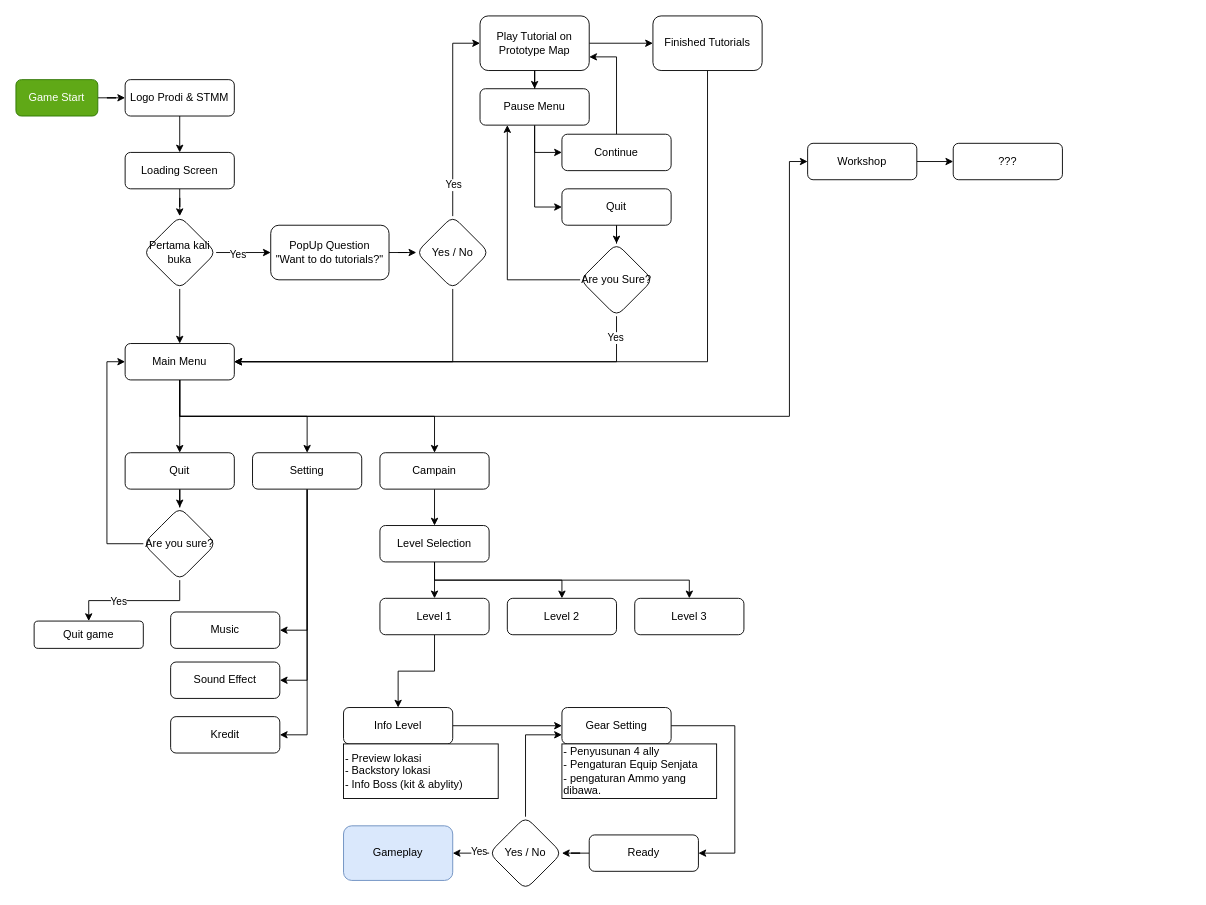
RioEka/S5 keeps this draw.io diagram as Game Flowchat.drawio. Above is the earlier version. Source tidied: cells renumbered, new cells numbered last; positions are measured from the earlier drawing's top-left corner, leaving out a move shared by most shapes. Both pictures are drawn from the tidied source at 91%, with x=0, y=0 at pixel (15, 15).
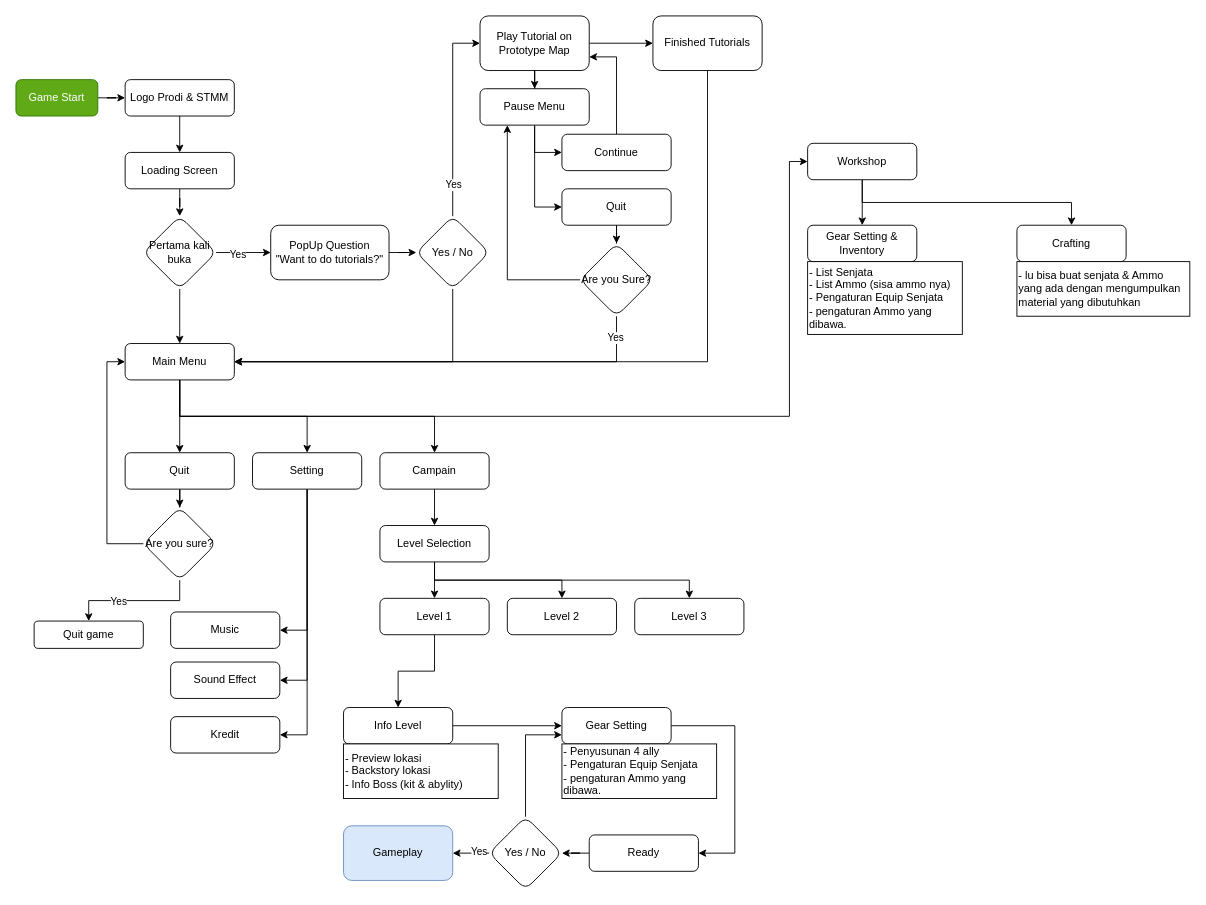
The same diagram, later.

Unchanged cells that the change refers to:
```xml
<mxCell id="40" value="Workshop" style="rounded=1;whiteSpace=wrap;html=1;fontSize=12;glass=0;strokeWidth=1;shadow=0;" parent="1" vertex="1">
  <mxGeometry x="870" y="140" width="120" height="40" as="geometry" />
</mxCell>
```

Diff of the diagram source:
```diff
@@
+    <mxCell id="79" style="edgeStyle=orthogonalEdgeStyle;rounded=0;jettySize=auto;html=1;exitX=0.5;exitY=1;exitDx=0;exitDy=0;entryX=0.5;entryY=0;entryDx=0;entryDy=0;" parent="1" edge="1" source="40" target="81">
+      <mxGeometry relative="1" as="geometry" />
+    </mxCell>
@@
-    <mxCell id="78" value="???" style="rounded=1;whiteSpace=wrap;html=1;fontSize=12;glass=0;strokeWidth=1;shadow=0;" parent="1" vertex="1">
-      <mxGeometry x="1030" y="140" width="120" height="40" as="geometry" />
+    <mxCell id="78" value="Gear Setting &amp;amp; Inventory" style="rounded=1;whiteSpace=wrap;html=1;fontSize=12;glass=0;strokeWidth=1;shadow=0;" parent="1" vertex="1">
+      <mxGeometry x="870" y="230" width="120" height="40" as="geometry" />
     </mxCell>
+    <mxCell id="80" value="- List Senjata&lt;br&gt;- List Ammo (sisa ammo nya)&lt;br&gt;- Pengaturan Equip Senjata&lt;br style=&quot;border-color: var(--border-color);&quot;&gt;- pengaturan Ammo yang dibawa." style="rounded=0;whiteSpace=wrap;html=1;align=left;" parent="1" vertex="1">
+      <mxGeometry x="870" y="270" width="170" height="80" as="geometry" />
+    </mxCell>
+    <mxCell id="81" value="Crafting" style="rounded=1;whiteSpace=wrap;html=1;fontSize=12;glass=0;strokeWidth=1;shadow=0;" parent="1" vertex="1">
+      <mxGeometry x="1100" y="230" width="120" height="40" as="geometry" />
+    </mxCell>
+    <mxCell id="82" value="- lu bisa buat senjata &amp;amp; Ammo yang ada dengan mengumpulkan material yang dibutuhkan" style="rounded=0;whiteSpace=wrap;html=1;align=left;" parent="1" vertex="1">
+      <mxGeometry x="1100" y="270" width="190" height="60" as="geometry" />
+    </mxCell>
```
